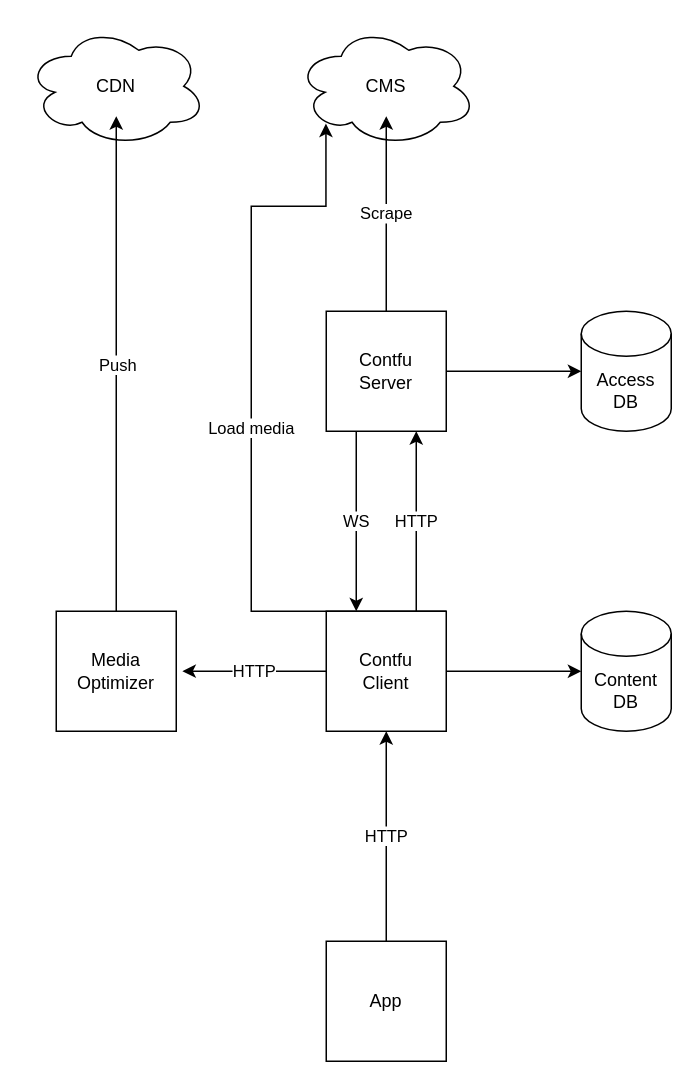
contfu/contfu keeps this draw.io diagram as contfu-architecture.drawio. Above is the earlier version. Source tidied: cells renumbered, new cells numbered last; positions are measured from the earlier drawing's top-left corner, leaving out a move shared by most shapes. Both pictures are drawn from the tidied source at 150%, with x=0, y=0 at pixel (26, 26).
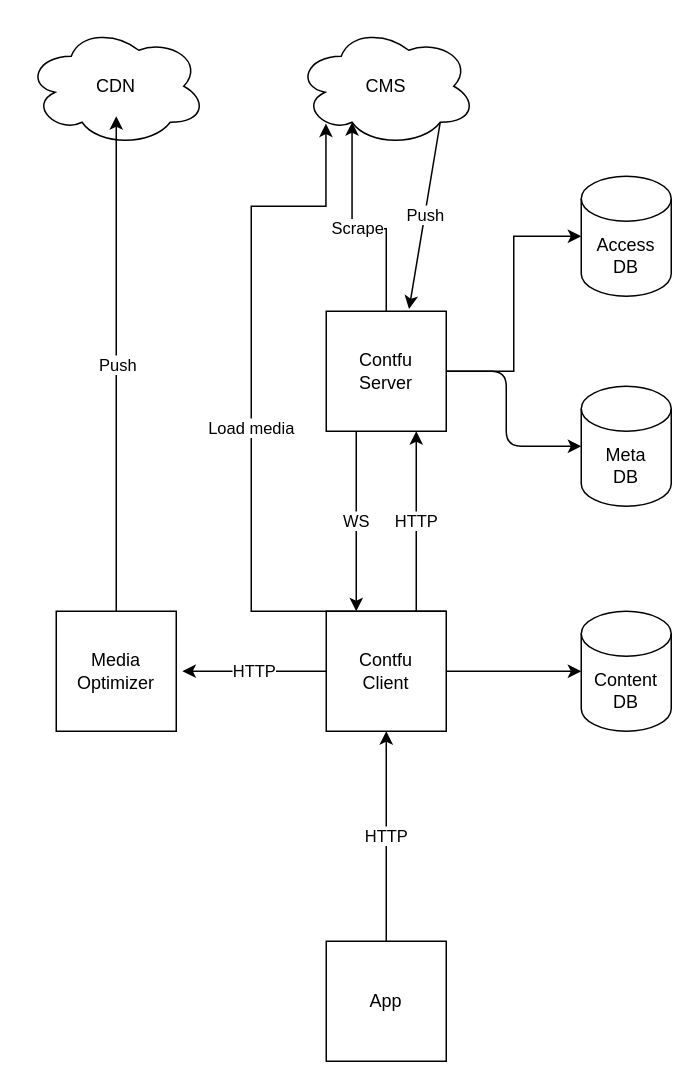
After the change.

The change refers to these unchanged cells:
```xml
<mxCell id="4" value="&lt;div&gt;Contfu&lt;/div&gt;Server" style="whiteSpace=wrap;html=1;" parent="1" vertex="1">
  <mxGeometry x="200" y="190" width="80" height="80" as="geometry" />
</mxCell>
<mxCell id="10" value="CMS" style="ellipse;shape=cloud;whiteSpace=wrap;html=1;" parent="1" vertex="1">
  <mxGeometry x="180" width="120" height="80" as="geometry" />
</mxCell>
```

Diff of the diagram source:
```diff
@@
+    <mxCell id="19" style="edgeStyle=none;html=1;entryX=0;entryY=0.5;entryDx=0;entryDy=0;entryPerimeter=0;" parent="1" edge="1" source="4" target="21">
+      <mxGeometry relative="1" as="geometry">
+        <Array as="points">
+          <mxPoint x="320" y="230" />
+          <mxPoint x="320" y="250" />
+          <mxPoint x="320" y="280" />
+        </Array>
+      </mxGeometry>
+    </mxCell>
@@
+    <mxCell id="20" value="Push" style="edgeStyle=none;html=1;entryX=0.69;entryY=-0.018;entryDx=0;entryDy=0;entryPerimeter=0;exitX=0.8;exitY=0.8;exitDx=0;exitDy=0;exitPerimeter=0;" parent="1" edge="1" source="10" target="4">
+      <mxGeometry relative="1" as="geometry" />
+    </mxCell>
@@
-    <mxCell id="11" value="Scrape" style="edgeStyle=orthogonalEdgeStyle;rounded=0;jettySize=auto;html=1;entryX=0.5;entryY=0.75;entryDx=0;entryDy=0;entryPerimeter=0;" parent="1" edge="1" source="4" target="10">
+    <mxCell id="11" value="Scrape" style="edgeStyle=orthogonalEdgeStyle;rounded=0;jettySize=auto;html=1;entryX=0.31;entryY=0.8;entryDx=0;entryDy=0;entryPerimeter=0;" parent="1" edge="1" source="4" target="10">
       <mxGeometry relative="1" as="geometry" />
     </mxCell>
@@
     <mxCell id="17" value="Access&lt;br&gt;DB" style="shape=cylinder3;whiteSpace=wrap;html=1;boundedLbl=1;backgroundOutline=1;size=15;" parent="1" vertex="1">
-      <mxGeometry x="370" y="190" width="60" height="80" as="geometry" />
+      <mxGeometry x="370" y="100" width="60" height="80" as="geometry" />
     </mxCell>
@@
+    <mxCell id="21" value="Meta&lt;br&gt;DB" style="shape=cylinder3;whiteSpace=wrap;html=1;boundedLbl=1;backgroundOutline=1;size=15;" parent="1" vertex="1">
+      <mxGeometry x="370" y="240" width="60" height="80" as="geometry" />
+    </mxCell>
```
